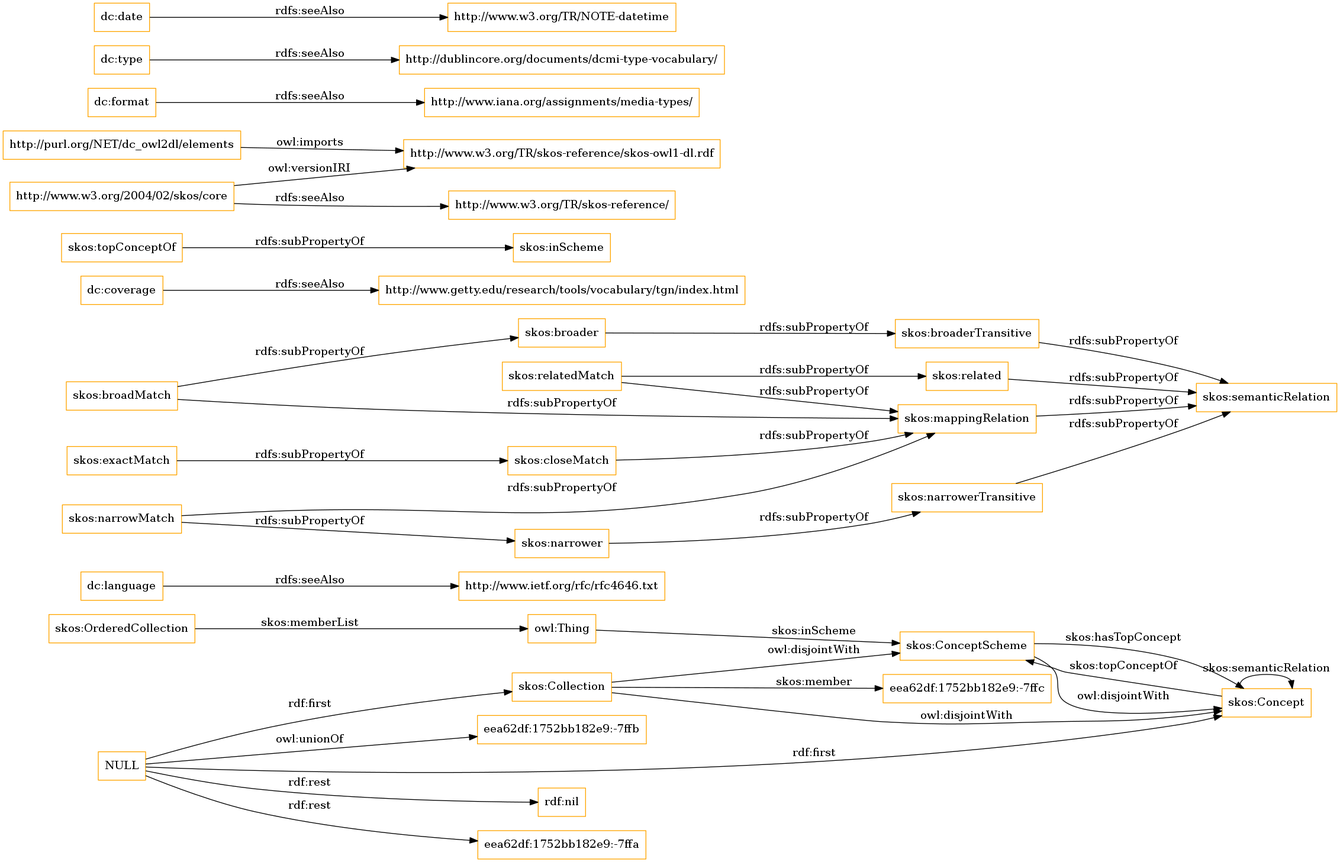
OnToologyUser/core-ontology-1 keeps this Graphviz diagram as OnToology/imports/elements.owl/diagrams/ar2dtool-class/elements.owl.png. Above is the earlier version. Its source is kept beside it as OnToology/imports/elements.owl/diagrams/ar2dtool-class/elements.owl.png.dot.
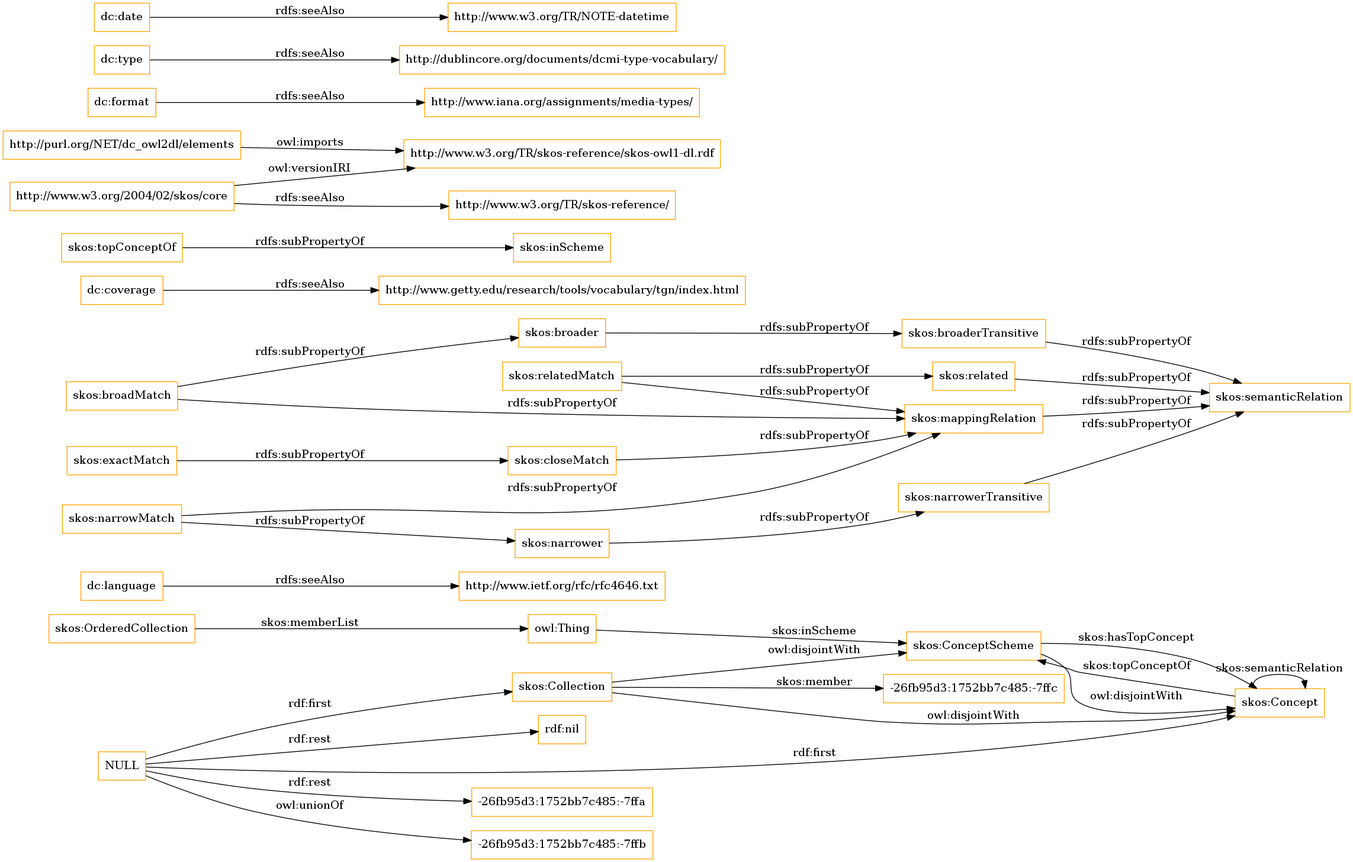
Above is the later version.

Change to the diagram source:
```diff
@@ -1,13 +1,13 @@
 digraph ar2dtool_diagram {
 rankdir=LR;
 size="1501"
-node [shape = rectangle, color="orange"]; "eea62df:1752bb182e9:-7ffc" "skos:OrderedCollection" "skos:Collection" "skos:ConceptScheme" "skos:Concept" ; /*classes style*/
+node [shape = rectangle, color="orange"]; "-26fb95d3:1752bb7c485:-7ffc" "skos:OrderedCollection" "skos:Collection" "skos:ConceptScheme" "skos:Concept" ; /*classes style*/
 	"dc:language" -> "http://www.ietf.org/rfc/rfc4646.txt" [ label = "rdfs:seeAlso" ];
+	"NULL" -> "-26fb95d3:1752bb7c485:-7ffa" [ label = "rdf:rest" ];
+	"NULL" -> "skos:Concept" [ label = "rdf:first" ];
+	"NULL" -> "-26fb95d3:1752bb7c485:-7ffb" [ label = "owl:unionOf" ];
 	"NULL" -> "rdf:nil" [ label = "rdf:rest" ];
 	"NULL" -> "skos:Collection" [ label = "rdf:first" ];
-	"NULL" -> "eea62df:1752bb182e9:-7ffa" [ label = "rdf:rest" ];
-	"NULL" -> "skos:Concept" [ label = "rdf:first" ];
-	"NULL" -> "eea62df:1752bb182e9:-7ffb" [ label = "owl:unionOf" ];
 	"skos:closeMatch" -> "skos:mappingRelation" [ label = "rdfs:subPropertyOf" ];
 	"dc:coverage" -> "http://www.getty.edu/research/tools/vocabulary/tgn/index.html" [ label = "rdfs:seeAlso" ];
 	"skos:relatedMatch" -> "skos:related" [ label = "rdfs:subPropertyOf" ];
@@ -36,7 +36,7 @@
 	"skos:OrderedCollection" -> "owl:Thing" [ label = "skos:memberList" ];
 	"skos:Concept" -> "skos:ConceptScheme" [ label = "skos:topConceptOf" ];
 	"skos:Concept" -> "skos:Concept" [ label = "skos:semanticRelation" ];
-	"skos:Collection" -> "eea62df:1752bb182e9:-7ffc" [ label = "skos:member" ];
+	"skos:Collection" -> "-26fb95d3:1752bb7c485:-7ffc" [ label = "skos:member" ];
 	"skos:ConceptScheme" -> "skos:Concept" [ label = "skos:hasTopConcept" ];
 	"owl:Thing" -> "skos:ConceptScheme" [ label = "skos:inScheme" ];
 
```
